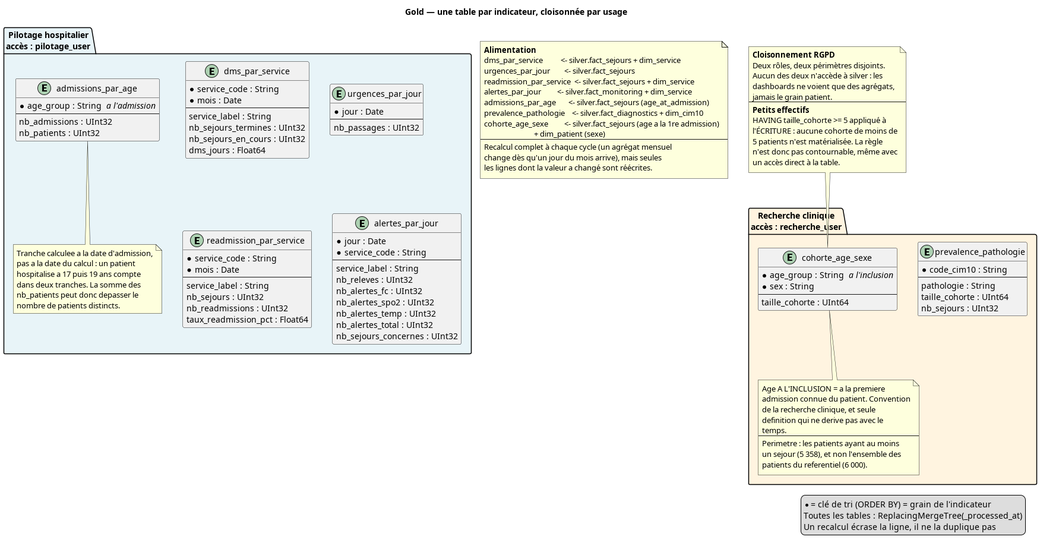
Earlier version of the PlantUML export diagrams/gold.png (Shinobyy/M2-BigData).
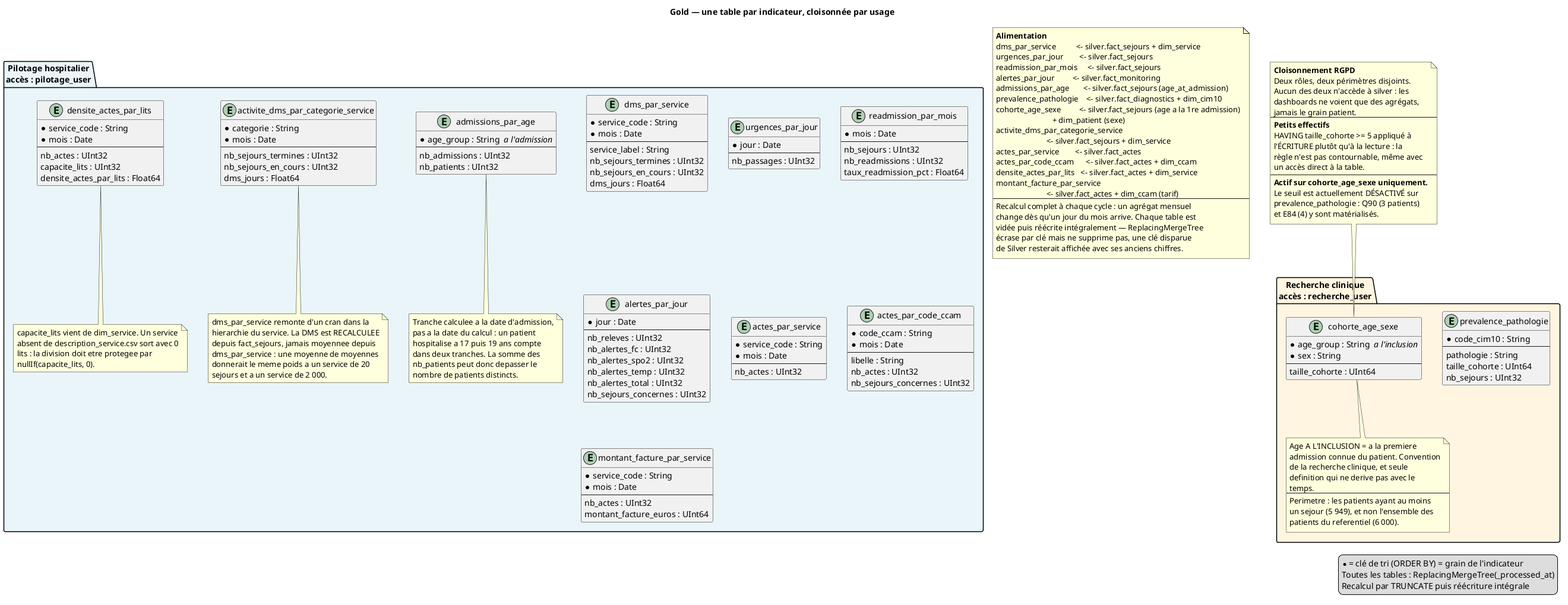
After the change.

Diff of the diagram source:
```diff
@@ -5,7 +5,7 @@
 legend right
   * = clé de tri (ORDER BY) = grain de l'indicateur
   Toutes les tables : ReplacingMergeTree(_processed_at)
-  Un recalcul écrase la ligne, il ne la duplique pas
+  Recalcul par TRUNCATE puis réécriture intégrale
 end legend
 
 package "Pilotage hospitalier\naccès : pilotage_user" #E8F4F8 {
@@ -26,11 +26,9 @@
     nb_passages : UInt32
   }
 
-  entity readmission_par_service {
-    * service_code : String
+  entity readmission_par_mois {
     * mois : Date
     --
-    service_label : String
     nb_sejours : UInt32
     nb_readmissions : UInt32
     taux_readmission_pct : Float64
@@ -38,9 +36,7 @@
 
   entity alertes_par_jour {
     * jour : Date
-    * service_code : String
     --
-    service_label : String
     nb_releves : UInt32
     nb_alertes_fc : UInt32
     nb_alertes_spo2 : UInt32
@@ -55,6 +51,64 @@
     nb_admissions : UInt32
     nb_patients : UInt32
   }
+
+  entity activite_dms_par_categorie_service {
+    * categorie : String
+    * mois : Date
+    --
+    nb_sejours_termines : UInt32
+    nb_sejours_en_cours : UInt32
+    dms_jours : Float64
+  }
+
+  entity actes_par_service {
+    * service_code : String
+    * mois : Date
+    --
+    nb_actes : UInt32
+  }
+
+  entity actes_par_code_ccam {
+    * code_ccam : String
+    * mois : Date
+    --
+    libelle : String
+    nb_actes : UInt32
+    nb_sejours_concernes : UInt32
+  }
+
+  entity densite_actes_par_lits {
+    * service_code : String
+    * mois : Date
+    --
+    nb_actes : UInt32
+    capacite_lits : UInt32
+    densite_actes_par_lits : Float64
+  }
+
+  entity montant_facture_par_service {
+    * service_code : String
+    * mois : Date
+    --
+    nb_actes : UInt32
+    montant_facture_euros : UInt64
+  }
+
+  note bottom of activite_dms_par_categorie_service
+    dms_par_service remonte d'un cran dans la
+    hierarchie du service. La DMS est RECALCULEE
+    depuis fact_sejours, jamais moyennee depuis
+    dms_par_service : une moyenne de moyennes
+    donnerait le meme poids a un service de 20
+    sejours et a un service de 2 000.
+  end note
+
+  note bottom of densite_actes_par_lits
+    capacite_lits vient de dim_service. Un service
+    absent de description_service.csv sort avec 0
+    lits : la division doit etre protegee par
+    nullIf(capacite_lits, 0).
+  end note
 
   note bottom of admissions_par_age
     Tranche calculee a la date d'admission,
@@ -91,7 +145,7 @@
     temps.
     ----
     Perimetre : les patients ayant au moins
-    un sejour (5 358), et non l'ensemble des
+    un sejour (5 949), et non l'ensemble des
     patients du referentiel (6 000).
   end note
 }
@@ -100,16 +154,25 @@
   <b>Alimentation</b>
   dms_par_service          <- silver.fact_sejours + dim_service
   urgences_par_jour        <- silver.fact_sejours
-  readmission_par_service  <- silver.fact_sejours + dim_service
-  alertes_par_jour         <- silver.fact_monitoring + dim_service
+  readmission_par_mois     <- silver.fact_sejours
+  alertes_par_jour         <- silver.fact_monitoring
   admissions_par_age       <- silver.fact_sejours (age_at_admission)
   prevalence_pathologie    <- silver.fact_diagnostics + dim_cim10
   cohorte_age_sexe         <- silver.fact_sejours (age a la 1re admission)
                               + dim_patient (sexe)
+  activite_dms_par_categorie_service
+                           <- silver.fact_sejours + dim_service
+  actes_par_service        <- silver.fact_actes
+  actes_par_code_ccam      <- silver.fact_actes + dim_ccam
+  densite_actes_par_lits   <- silver.fact_actes + dim_service
+  montant_facture_par_service
+                           <- silver.fact_actes + dim_ccam (tarif)
   ----
-  Recalcul complet à chaque cycle (un agrégat mensuel
-  change dès qu'un jour du mois arrive), mais seules
-  les lignes dont la valeur a changé sont réécrites.
+  Recalcul complet à chaque cycle : un agrégat mensuel
+  change dès qu'un jour du mois arrive. Chaque table est
+  vidée puis réécrite intégralement — ReplacingMergeTree
+  écrase par clé mais ne supprime pas, une clé disparue
+  de Silver resterait affichée avec ses anciens chiffres.
 end note
 
 note as N_rgpd
@@ -121,10 +184,14 @@
   ----
   <b>Petits effectifs</b>
   HAVING taille_cohorte >= 5 appliqué à
-  l'ÉCRITURE : aucune cohorte de moins de
-  5 patients n'est matérialisée. La règle
-  n'est donc pas contournable, même avec
+  l'ÉCRITURE plutôt qu'à la lecture : la
+  règle n'est pas contournable, même avec
   un accès direct à la table.
+  ----
+  <b>Actif sur cohorte_age_sexe uniquement.</b>
+  Le seuil est actuellement DÉSACTIVÉ sur
+  prevalence_pathologie : Q90 (3 patients)
+  et E84 (4) y sont matérialisés.
 end note
 N_rgpd .. cohorte_age_sexe
 
```
